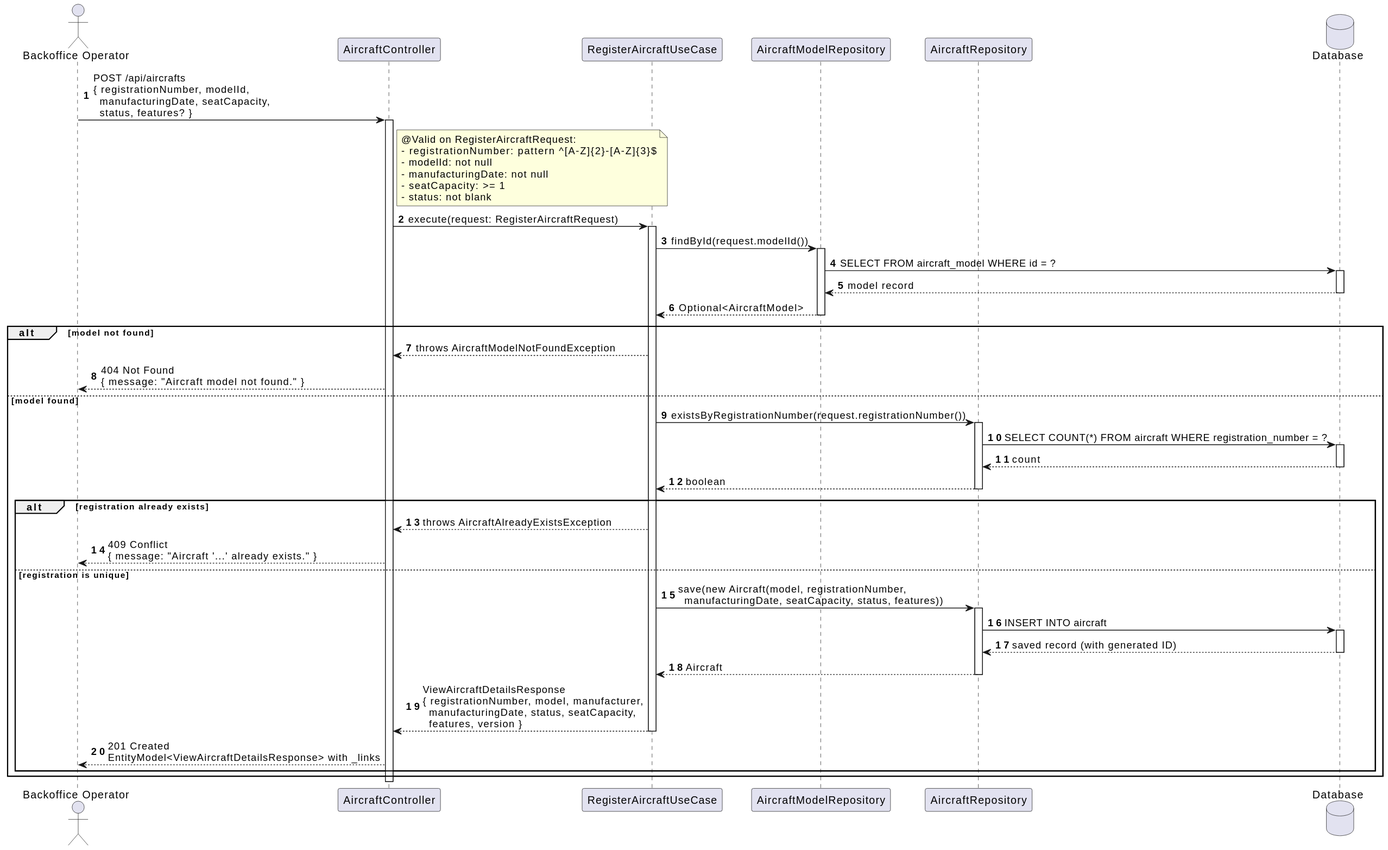
This is docs/system-documentation/use-cases/WP1A/US102/svg/sd_us102.svg from VascoMagolo/psoft_1231562_1241692_1242036_2db, a PlantUML export, as it was before one commit.
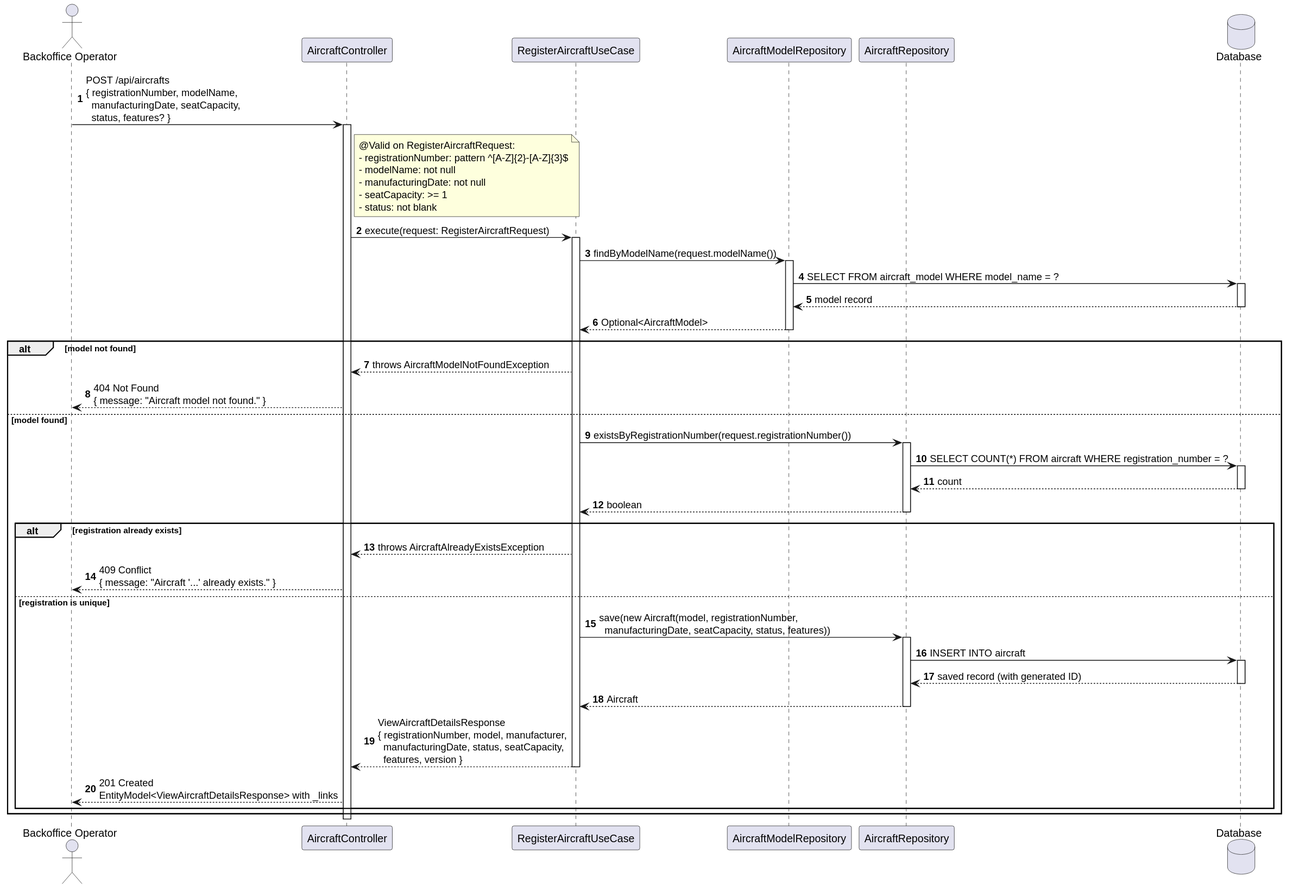
After the commit.

The edit, as a diff of the source:
```diff
@@ -7,13 +7,13 @@
 participant "AircraftRepository" as Repo
 database "Database" as DB
 
-BO -> Ctrl : POST /api/aircrafts\n{ registrationNumber, modelId,\n  manufacturingDate, seatCapacity,\n  status, features? }
+BO -> Ctrl : POST /api/aircrafts\n{ registrationNumber, modelName,\n  manufacturingDate, seatCapacity,\n  status, features? }
 activate Ctrl
 
 note right of Ctrl
   @Valid on RegisterAircraftRequest:
   - registrationNumber: pattern ^[A-Z]{2}-[A-Z]{3}$
-  - modelId: not null
+  - modelName: not null
   - manufacturingDate: not null
   - seatCapacity: >= 1
   - status: not blank
@@ -22,9 +22,9 @@
 Ctrl -> UC : execute(request: RegisterAircraftRequest)
 activate UC
 
-UC -> ModelRepo : findById(request.modelId())
+UC -> ModelRepo : findByModelName(request.modelName())
 activate ModelRepo
-ModelRepo -> DB : SELECT FROM aircraft_model WHERE id = ?
+ModelRepo -> DB : SELECT FROM aircraft_model WHERE model_name = ?
 activate DB
 DB --> ModelRepo : model record
 deactivate DB
```
